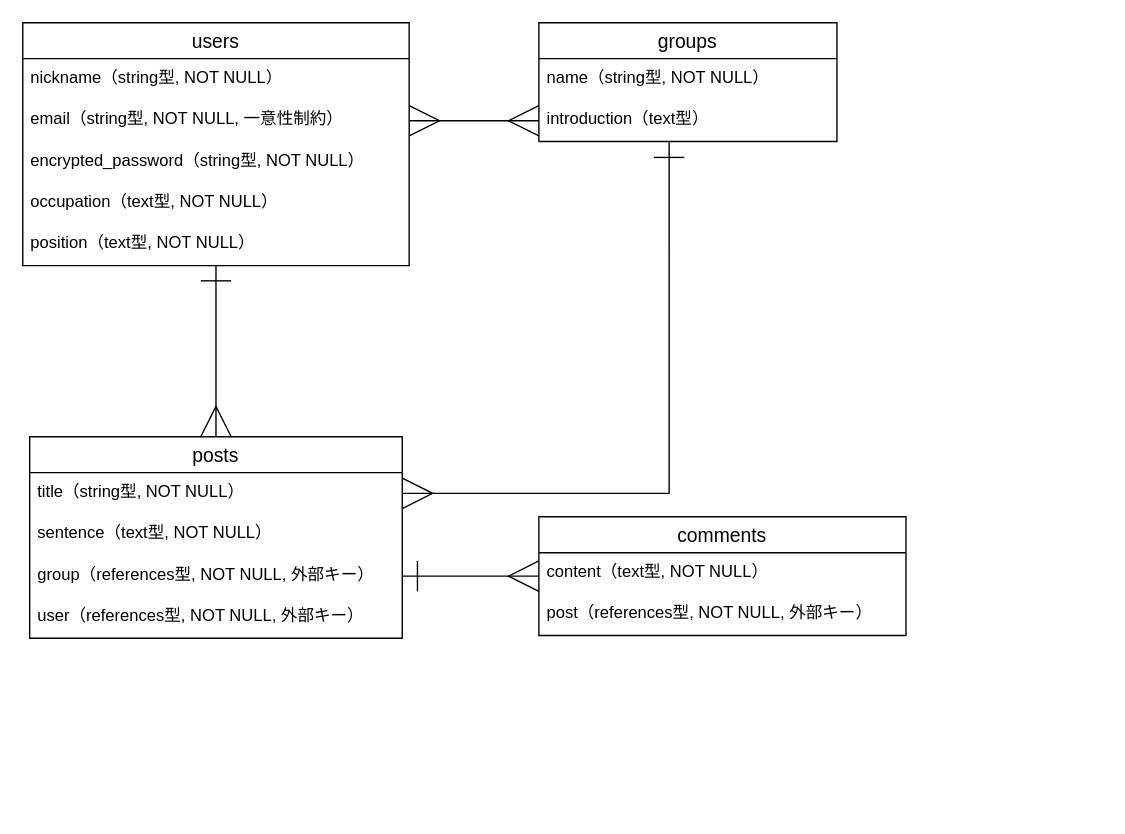
The draw.io diagram page "ページ1" (1 of 2) of drawings.dio in mgno100/jouhoukyouyuu-no-wa, before the edit. Source tidied: cells renumbered, new cells numbered last; positions are measured from the earlier drawing's top-left corner, leaving out a move shared by most shapes. Both pictures are drawn from the tidied source at 138%, with x=0, y=0 at pixel (22, 22).
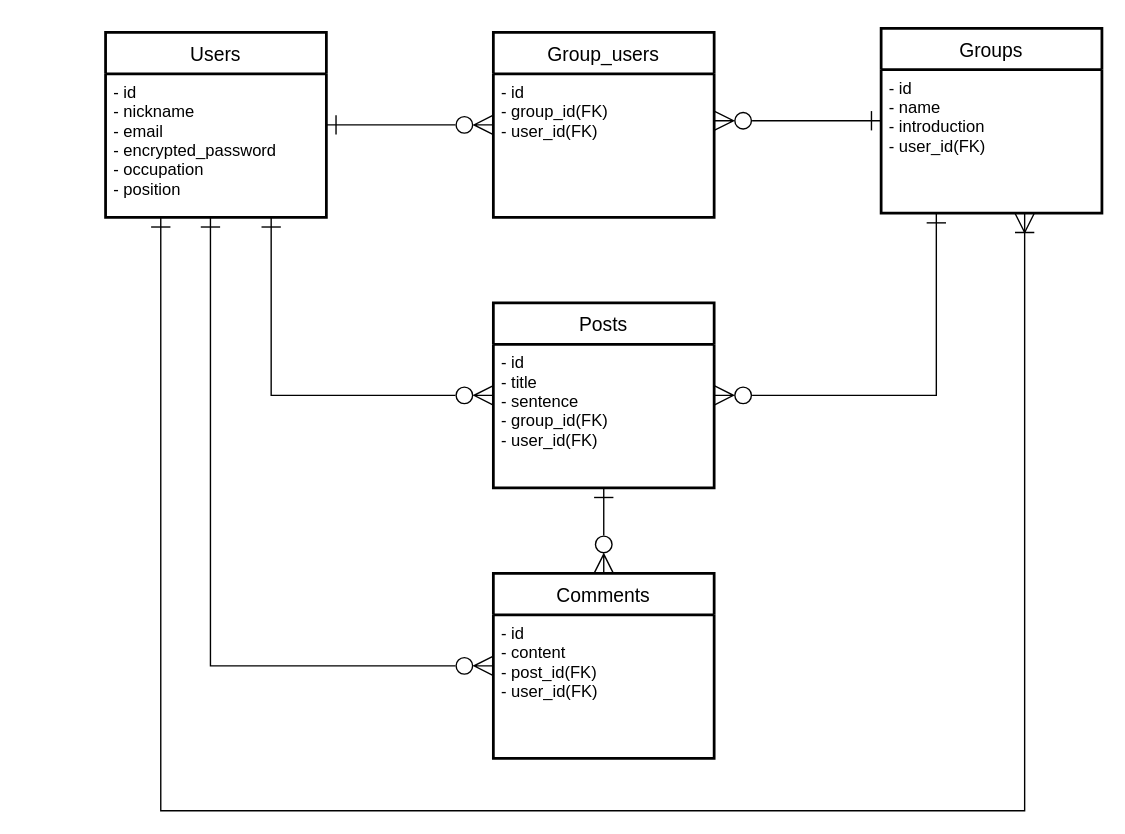
The same page after the edit.

The edit, as a diff of the source:
```diff
@@
-    <mxCell id="2" style="edgeStyle=none;rounded=0;html=1;entryX=0.5;entryY=0;entryDx=0;entryDy=0;startArrow=ERone;startFill=0;endArrow=ERmany;endFill=0;startSize=20;endSize=20;" parent="1" edge="1" source="3" target="12">
-      <mxGeometry relative="1" as="geometry" />
-    </mxCell>
-    <mxCell id="3" value="users" style="swimlane;fontStyle=0;horizontal=1;startSize=26;align=center;fontSize=14;" parent="1" vertex="1">
-      <mxGeometry width="280" height="176" as="geometry" />
-    </mxCell>
-    <mxCell id="4" value="nickname（string型, NOT NULL）" style="text;strokeColor=none;fillColor=none;spacingLeft=4;spacingRight=4;overflow=hidden;fontSize=12;" parent="3" vertex="1">
-      <mxGeometry y="26" width="280" height="30" as="geometry" />
-    </mxCell>
-    <mxCell id="5" value="email（string型, NOT NULL, 一意性制約）" style="text;strokeColor=none;fillColor=none;spacingLeft=4;spacingRight=4;overflow=hidden;points=[[0,0.5],[1,0.5]];portConstraint=eastwest;fontSize=12;" parent="3" vertex="1">
-      <mxGeometry y="56" width="280" height="30" as="geometry" />
-    </mxCell>
-    <mxCell id="6" value="encrypted_password（string型, NOT NULL）" style="text;strokeColor=none;fillColor=none;spacingLeft=4;spacingRight=4;overflow=hidden;fontSize=12;" parent="3" vertex="1">
-      <mxGeometry y="86" width="280" height="30" as="geometry" />
-    </mxCell>
-    <mxCell id="7" value="occupation（text型, NOT NULL）" style="text;strokeColor=none;fillColor=none;spacingLeft=4;spacingRight=4;overflow=hidden;fontSize=12;" parent="3" vertex="1">
-      <mxGeometry y="116" width="280" height="30" as="geometry" />
-    </mxCell>
-    <mxCell id="8" value="position（text型, NOT NULL）" style="text;strokeColor=none;fillColor=none;spacingLeft=4;spacingRight=4;overflow=hidden;fontSize=12;" parent="3" vertex="1">
-      <mxGeometry y="146" width="280" height="30" as="geometry" />
-    </mxCell>
-    <mxCell id="9" value="groups" style="swimlane;fontStyle=0;horizontal=1;startSize=26;align=center;fontSize=14;" parent="1" vertex="1">
-      <mxGeometry x="374" width="216" height="86" as="geometry" />
-    </mxCell>
-    <mxCell id="10" value="name（string型, NOT NULL）" style="text;strokeColor=none;fillColor=none;spacingLeft=4;spacingRight=4;overflow=hidden;fontSize=12;" parent="9" vertex="1">
-      <mxGeometry y="26" width="216" height="30" as="geometry" />
-    </mxCell>
-    <mxCell id="11" value="introduction（text型）" style="text;strokeColor=none;fillColor=none;spacingLeft=4;spacingRight=4;overflow=hidden;points=[[0,0.5],[1,0.5]];portConstraint=eastwest;fontSize=12;" parent="9" vertex="1">
-      <mxGeometry y="56" width="216" height="30" as="geometry" />
-    </mxCell>
-    <mxCell id="12" value="posts" style="swimlane;fontStyle=0;horizontal=1;startSize=26;align=center;fontSize=14;" parent="1" vertex="1">
-      <mxGeometry x="5" y="300" width="270" height="146" as="geometry" />
-    </mxCell>
-    <mxCell id="13" value="title（string型, NOT NULL）" style="text;strokeColor=none;fillColor=none;spacingLeft=4;spacingRight=4;overflow=hidden;points=[[0,0.5],[1,0.5]];portConstraint=eastwest;fontSize=12;" parent="12" vertex="1">
-      <mxGeometry y="26" width="270" height="30" as="geometry" />
-    </mxCell>
-    <mxCell id="14" value="sentence（text型, NOT NULL）" style="text;strokeColor=none;fillColor=none;spacingLeft=4;spacingRight=4;overflow=hidden;fontSize=12;" parent="12" vertex="1">
-      <mxGeometry y="56" width="270" height="30" as="geometry" />
-    </mxCell>
-    <mxCell id="15" value="group（references型, NOT NULL, 外部キー）" style="text;strokeColor=none;fillColor=none;spacingLeft=4;spacingRight=4;overflow=hidden;points=[[0,0.5],[1,0.5]];portConstraint=eastwest;fontSize=12;" parent="12" vertex="1">
-      <mxGeometry y="86" width="270" height="30" as="geometry" />
-    </mxCell>
-    <mxCell id="16" value="user（references型, NOT NULL, 外部キー）" style="text;strokeColor=none;fillColor=none;spacingLeft=4;spacingRight=4;overflow=hidden;fontSize=12;" parent="12" vertex="1">
-      <mxGeometry y="116" width="270" height="30" as="geometry" />
-    </mxCell>
-    <mxCell id="17" value="comments" style="swimlane;fontStyle=0;horizontal=1;startSize=26;align=center;fontSize=14;" parent="1" vertex="1">
-      <mxGeometry x="374" y="358" width="266" height="86" as="geometry" />
-    </mxCell>
-    <mxCell id="18" value="content（text型, NOT NULL）" style="text;strokeColor=none;fillColor=none;spacingLeft=4;spacingRight=4;overflow=hidden;fontSize=12;" parent="17" vertex="1">
-      <mxGeometry y="26" width="266" height="30" as="geometry" />
-    </mxCell>
-    <mxCell id="19" value="post（references型, NOT NULL, 外部キー）" style="text;strokeColor=none;fillColor=none;spacingLeft=4;spacingRight=4;overflow=hidden;fontSize=12;" parent="17" vertex="1">
-      <mxGeometry y="56" width="266" height="30" as="geometry" />
-    </mxCell>
-    <mxCell id="20" style="edgeStyle=none;html=1;entryX=0;entryY=0.5;entryDx=0;entryDy=0;rounded=0;endArrow=ERmany;endFill=0;startArrow=ERmany;startFill=0;endSize=20;startSize=20;" parent="1" edge="1" source="5" target="11">
-      <mxGeometry relative="1" as="geometry" />
-    </mxCell>
-    <mxCell id="21" style="edgeStyle=none;rounded=0;html=1;entryX=0;entryY=0.5;entryDx=0;entryDy=0;startArrow=ERone;startFill=0;endArrow=ERmany;endFill=0;startSize=20;endSize=20;" parent="1" edge="1" source="15" target="17">
-      <mxGeometry relative="1" as="geometry" />
-    </mxCell>
-    <mxCell id="22" style="edgeStyle=orthogonalEdgeStyle;rounded=0;html=1;startArrow=ERmany;startFill=0;endArrow=ERone;endFill=0;startSize=20;endSize=20;entryX=0.437;entryY=1.019;entryDx=0;entryDy=0;entryPerimeter=0;" parent="1" edge="1" source="13" target="11">
-      <mxGeometry relative="1" as="geometry">
-        <Array as="points">
-          <mxPoint x="468" y="341" />
-        </Array>
-      </mxGeometry>
-    </mxCell>
+    <mxCell id="23" style="edgeStyle=none;html=1;entryX=0;entryY=0.5;entryDx=0;entryDy=0;startArrow=ERone;startFill=0;endArrow=ERzeroToMany;endFill=0;strokeWidth=1;endSize=12;startSize=12;" parent="1" edge="1" source="24" target="27">
+      <mxGeometry relative="1" as="geometry" />
+    </mxCell>
+    <mxCell id="24" value="Users" style="swimlane;fontStyle=0;horizontal=1;startSize=30;align=center;fontSize=14;shadow=0;dashed=0;fontFamily=Helvetica;fontColor=default;strokeColor=default;strokeWidth=2;fillColor=default;" parent="1" vertex="1">
+      <mxGeometry x="60" y="7" width="160" height="134" as="geometry" />
+    </mxCell>
+    <mxCell id="25" value="- id&#10;- nickname&#10;- email&#10;- encrypted_password&#10;- occupation&#10;- position" style="align=left;strokeColor=none;fillColor=none;spacingLeft=4;fontSize=12;verticalAlign=top;" parent="24" vertex="1">
+      <mxGeometry y="30" width="160" height="104" as="geometry" />
+    </mxCell>
+    <mxCell id="26" style="edgeStyle=elbowEdgeStyle;elbow=vertical;html=1;entryX=0;entryY=0.5;entryDx=0;entryDy=0;strokeWidth=1;startArrow=ERzeroToMany;startFill=0;endArrow=ERone;endFill=0;startSize=12;endSize=12;" parent="1" edge="1" source="27" target="30">
+      <mxGeometry relative="1" as="geometry" />
+    </mxCell>
+    <mxCell id="27" value="Group_users" style="swimlane;fontStyle=0;horizontal=1;startSize=30;align=center;fontSize=14;shadow=0;dashed=0;fontFamily=Helvetica;fontColor=default;strokeColor=default;strokeWidth=2;fillColor=default;" parent="1" vertex="1">
+      <mxGeometry x="341" y="7" width="160" height="134" as="geometry" />
+    </mxCell>
+    <mxCell id="28" value="- id&#10;- group_id(FK)&#10;- user_id(FK)" style="align=left;strokeColor=none;fillColor=none;spacingLeft=4;fontSize=12;verticalAlign=top;" parent="27" vertex="1">
+      <mxGeometry y="30" width="160" height="104" as="geometry" />
+    </mxCell>
+    <mxCell id="29" style="edgeStyle=orthogonalEdgeStyle;rounded=0;html=1;entryX=0.25;entryY=1;entryDx=0;entryDy=0;strokeWidth=1;startArrow=ERoneToMany;startFill=0;endArrow=ERone;endFill=0;startSize=12;endSize=12;elbow=vertical;" parent="1" edge="1" source="30" target="25">
+      <mxGeometry relative="1" as="geometry">
+        <Array as="points">
+          <mxPoint x="726" y="571" />
+          <mxPoint x="100" y="571" />
+        </Array>
+      </mxGeometry>
+    </mxCell>
+    <mxCell id="30" value="Groups" style="swimlane;fontStyle=0;horizontal=1;startSize=30;align=center;fontSize=14;shadow=0;dashed=0;fontFamily=Helvetica;fontColor=default;strokeColor=default;strokeWidth=2;fillColor=default;" parent="1" vertex="1">
+      <mxGeometry x="622" y="4" width="160" height="134" as="geometry" />
+    </mxCell>
+    <mxCell id="31" value="- id&#10;- name&#10;- introduction&#10;- user_id(FK)" style="align=left;strokeColor=none;fillColor=none;spacingLeft=4;fontSize=12;verticalAlign=top;" parent="30" vertex="1">
+      <mxGeometry y="30" width="160" height="104" as="geometry" />
+    </mxCell>
+    <mxCell id="32" style="edgeStyle=orthogonalEdgeStyle;rounded=0;html=1;entryX=0.5;entryY=0;entryDx=0;entryDy=0;strokeWidth=1;startArrow=ERone;startFill=0;endArrow=ERzeroToMany;endFill=0;startSize=12;endSize=12;elbow=vertical;" parent="1" edge="1" source="35" target="38">
+      <mxGeometry relative="1" as="geometry" />
+    </mxCell>
+    <mxCell id="33" style="edgeStyle=orthogonalEdgeStyle;rounded=0;elbow=vertical;html=1;entryX=0.75;entryY=1;entryDx=0;entryDy=0;strokeWidth=1;startArrow=ERzeroToMany;startFill=0;endArrow=ERone;endFill=0;startSize=12;endSize=12;" parent="1" edge="1" source="35" target="25">
+      <mxGeometry relative="1" as="geometry" />
+    </mxCell>
+    <mxCell id="34" style="edgeStyle=orthogonalEdgeStyle;rounded=0;html=1;entryX=0.25;entryY=1;entryDx=0;entryDy=0;strokeWidth=1;startArrow=ERzeroToMany;startFill=0;endArrow=ERone;endFill=0;startSize=12;endSize=12;elbow=vertical;" parent="1" edge="1" source="35" target="31">
+      <mxGeometry relative="1" as="geometry" />
+    </mxCell>
+    <mxCell id="35" value="Posts" style="swimlane;fontStyle=0;horizontal=1;startSize=30;align=center;fontSize=14;shadow=0;dashed=0;fontFamily=Helvetica;fontColor=default;strokeColor=default;strokeWidth=2;fillColor=default;" parent="1" vertex="1">
+      <mxGeometry x="341" y="203" width="160" height="134" as="geometry" />
+    </mxCell>
+    <mxCell id="36" value="- id&#10;- title&#10;- sentence&#10;- group_id(FK)&#10;- user_id(FK)" style="align=left;strokeColor=none;fillColor=none;spacingLeft=4;fontSize=12;verticalAlign=top;" parent="35" vertex="1">
+      <mxGeometry y="30" width="160" height="104" as="geometry" />
+    </mxCell>
+    <mxCell id="37" style="edgeStyle=orthogonalEdgeStyle;rounded=0;html=1;strokeWidth=1;startArrow=ERzeroToMany;startFill=0;endArrow=ERone;endFill=0;startSize=12;endSize=12;elbow=vertical;" parent="1" edge="1" source="38">
+      <mxGeometry relative="1" as="geometry">
+        <mxPoint x="136" y="141" as="targetPoint" />
+        <Array as="points">
+          <mxPoint x="136" y="466" />
+          <mxPoint x="136" y="141" />
+        </Array>
+      </mxGeometry>
+    </mxCell>
+    <mxCell id="38" value="Comments" style="swimlane;fontStyle=0;horizontal=1;startSize=30;align=center;fontSize=14;shadow=0;dashed=0;fontFamily=Helvetica;fontColor=default;strokeColor=default;strokeWidth=2;fillColor=default;" parent="1" vertex="1">
+      <mxGeometry x="341" y="399" width="160" height="134" as="geometry" />
+    </mxCell>
+    <mxCell id="39" value="- id&#10;- content&#10;- post_id(FK)&#10;- user_id(FK)" style="align=left;strokeColor=none;fillColor=none;spacingLeft=4;fontSize=12;verticalAlign=top;" parent="38" vertex="1">
+      <mxGeometry y="30" width="160" height="104" as="geometry" />
+    </mxCell>
```
